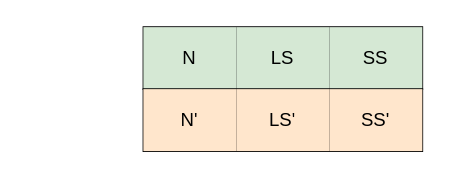
Earlier version of the draw.io diagram 统计特征数据收集流程图.drawio (poetlife/diagrams). Source tidied: cells renumbered, new cells numbered last; positions are measured from the earlier drawing's top-left corner, leaving out a move shared by most shapes. Both pictures are drawn from the tidied source at 155%, with x=0, y=0 at pixel (143, 26).
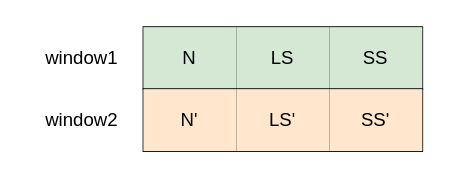
After the change.

Commit message (it also covers changes not shown here):
更新统计特征数据收集流程图.drawio

The edit, as a diff of the source:
```diff
@@
 <mxGraphModel>
   <root>
     <mxCell id="0" />
     <mxCell id="1" parent="0" />
     <mxCell id="2" style="shape=table;startSize=0;childLayout=tableLayout;" parent="1" vertex="1">
       <mxGeometry width="180" height="40" as="geometry" />
     </mxCell>
     <mxCell id="3" style="shape=tableRow;horizontal=0;startSize=0;swimlaneHead=0;swimlaneBody=0;strokeColor=inherit;top=0;left=0;bottom=0;right=0;fillColor=none;" parent="2" vertex="1">
       <mxGeometry width="180" height="40" as="geometry" />
     </mxCell>
     <mxCell id="4" value="N" style="shape=partialRectangle;html=1;whiteSpace=wrap;strokeColor=#82b366;overflow=hidden;fillColor=#d5e8d4;top=0;left=0;bottom=0;right=0;" parent="3" vertex="1">
       <mxGeometry width="60" height="40" as="geometry" />
     </mxCell>
     <mxCell id="5" value="LS" style="shape=partialRectangle;html=1;whiteSpace=wrap;strokeColor=#82b366;overflow=hidden;fillColor=#d5e8d4;top=0;left=0;bottom=0;right=0;" parent="3" vertex="1">
       <mxGeometry x="60" width="60" height="40" as="geometry" />
     </mxCell>
     <mxCell id="6" value="SS" style="shape=partialRectangle;html=1;whiteSpace=wrap;strokeColor=#82b366;overflow=hidden;fillColor=#d5e8d4;top=0;left=0;bottom=0;right=0;" parent="3" vertex="1">
       <mxGeometry x="120" width="60" height="40" as="geometry" />
     </mxCell>
     <mxCell id="7" style="shape=table;startSize=0;childLayout=tableLayout;" parent="1" vertex="1">
       <mxGeometry y="40" width="180" height="40" as="geometry" />
     </mxCell>
     <mxCell id="8" style="shape=tableRow;horizontal=0;startSize=0;swimlaneHead=0;swimlaneBody=0;strokeColor=inherit;top=0;left=0;bottom=0;right=0;fillColor=none;" parent="7" vertex="1">
       <mxGeometry width="180" height="40" as="geometry" />
     </mxCell>
     <mxCell id="9" value="N'" style="shape=partialRectangle;html=1;whiteSpace=wrap;strokeColor=#d79b00;overflow=hidden;fillColor=#ffe6cc;top=0;left=0;bottom=0;right=0;" parent="8" vertex="1">
       <mxGeometry width="60" height="40" as="geometry" />
     </mxCell>
     <mxCell id="10" value="LS'" style="shape=partialRectangle;html=1;whiteSpace=wrap;strokeColor=#d79b00;overflow=hidden;fillColor=#ffe6cc;top=0;left=0;bottom=0;right=0;" parent="8" vertex="1">
       <mxGeometry x="60" width="60" height="40" as="geometry" />
     </mxCell>
     <mxCell id="11" value="SS'" style="shape=partialRectangle;html=1;whiteSpace=wrap;strokeColor=#d79b00;overflow=hidden;fillColor=#ffe6cc;top=0;left=0;bottom=0;right=0;" parent="8" vertex="1">
       <mxGeometry x="120" width="60" height="40" as="geometry" />
     </mxCell>
+    <mxCell id="12" value="window1" style="text;html=1;align=center;verticalAlign=middle;strokeColor=none;fillColor=none;" parent="1" vertex="1">
+      <mxGeometry x="-75" y="5" width="70" height="30" as="geometry" />
+    </mxCell>
+    <mxCell id="13" value="window2" style="text;html=1;align=center;verticalAlign=middle;strokeColor=none;fillColor=none;" parent="1" vertex="1">
+      <mxGeometry x="-75" y="45" width="70" height="30" as="geometry" />
+    </mxCell>
   </root>
 </mxGraphModel>
```
